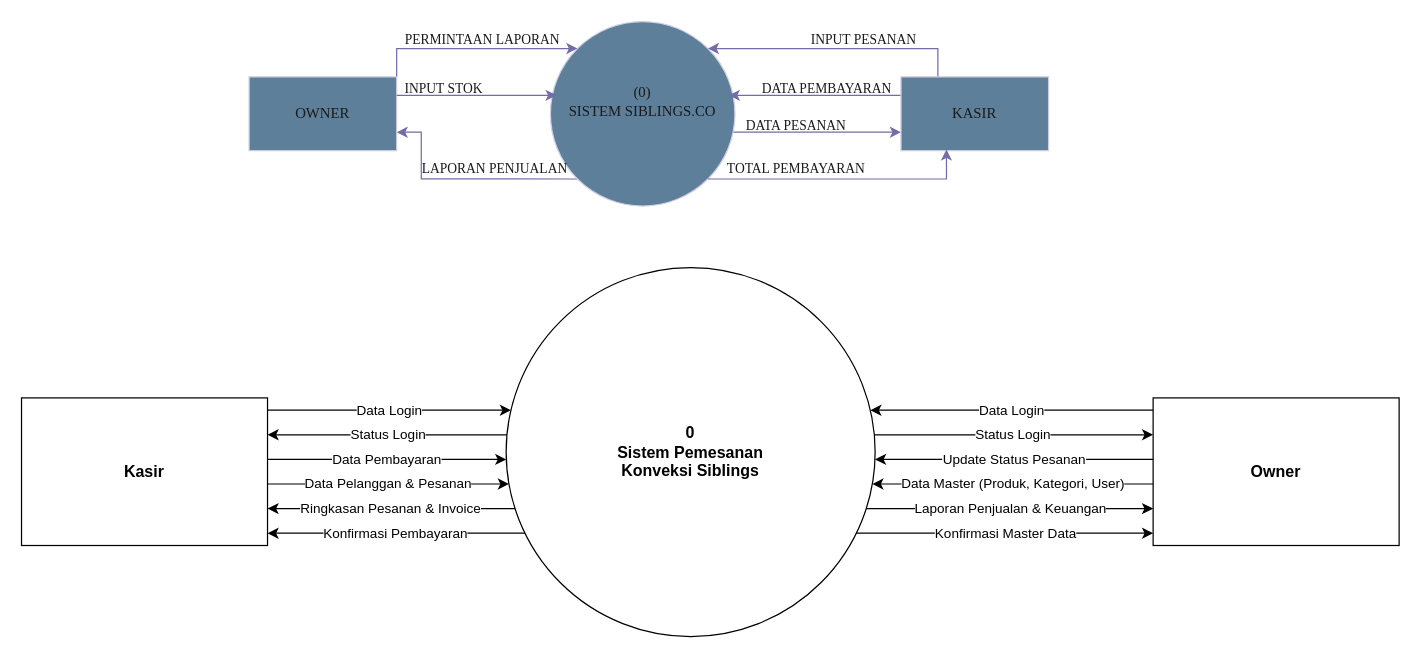
Before: page "DFD LVL 0" (6 of 9) of ALL UML.drawio in K35x/si_siblings_uml, a draw.io diagram. Source tidied: cells renumbered, new cells numbered last; positions are measured from the earlier drawing's top-left corner, leaving out a move shared by most shapes. Both pictures are drawn from the tidied source at 123%, with x=0, y=0 at pixel (21, 21).
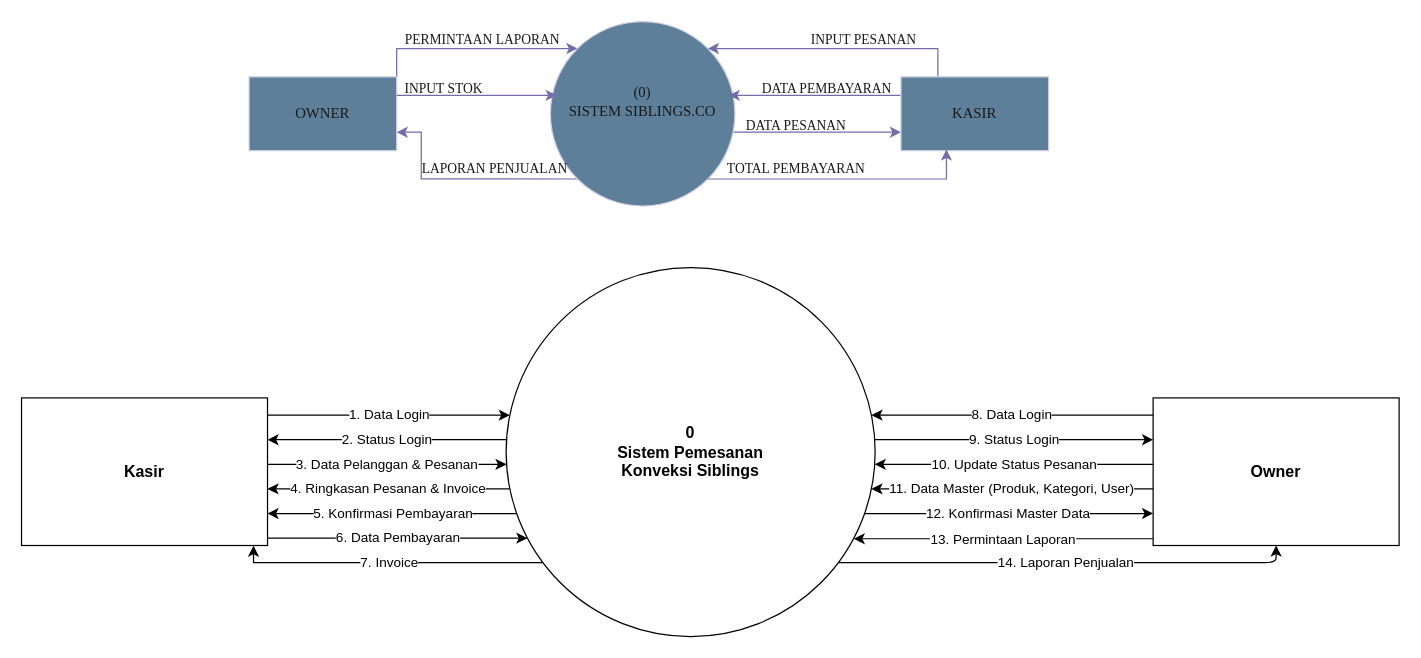
The same page after the edit.

The change refers to these unchanged cells:
```xml
<mxCell id="23" value="Kasir" style="rounded=0;whiteSpace=wrap;html=1;fontSize=13;fontStyle=1;" parent="1" vertex="1">
  <mxGeometry y="306" width="200" height="120" as="geometry" />
</mxCell>
<mxCell id="24" value="Owner" style="rounded=0;whiteSpace=wrap;html=1;fontSize=13;fontStyle=1;" parent="1" vertex="1">
  <mxGeometry x="920" y="306" width="200" height="120" as="geometry" />
</mxCell>
<mxCell id="25" value="0&#10;Sistem Pemesanan&#10;Konveksi Siblings" style="ellipse;whiteSpace=wrap;html=1;fontSize=13;fontStyle=1;" parent="1" vertex="1">
  <mxGeometry x="394" y="200" width="300" height="300" as="geometry" />
</mxCell>
```

What changed in the source:
```diff
@@
-    <mxCell id="22" value="Data Login" style="edgeStyle=orthogonalEdgeStyle;rounded=0;jettySize=auto;html=1;align=center;" parent="1" edge="1" source="23" target="25">
+    <mxCell id="22" value="1. Data Login" style="edgeStyle=orthogonalEdgeStyle;rounded=0;jettySize=auto;html=1;align=center;" parent="1" edge="1" source="23" target="25">
       <mxGeometry relative="1" as="geometry">
         <Array as="points">
-          <mxPoint x="300" y="316" />
-          <mxPoint x="300" y="316" />
+          <mxPoint x="300" y="320" />
+          <mxPoint x="300" y="320" />
         </Array>
       </mxGeometry>
     </mxCell>
@@
+    <mxCell id="37" value="13. Permintaan Laporan" style="edgeStyle=orthogonalEdgeStyle;rounded=0;jettySize=auto;html=1;entryX=0.942;entryY=0.735;entryDx=0;entryDy=0;entryPerimeter=0;" parent="1" edge="1" source="24" target="25">
+      <mxGeometry relative="1" as="geometry">
+        <Array as="points">
+          <mxPoint x="807" y="420" />
+        </Array>
+      </mxGeometry>
+    </mxCell>
@@
-    <mxCell id="26" value="Data Pelanggan &amp;amp; Pesanan" style="endArrow=classic;html=1;edgeStyle=orthogonalEdgeStyle;fontSize=11;align=center;" parent="1" edge="1" source="23" target="25">
+    <mxCell id="26" value="3. Data Pelanggan &amp;amp; Pesanan" style="endArrow=classic;html=1;edgeStyle=orthogonalEdgeStyle;fontSize=11;align=center;" parent="1" edge="1" source="23" target="25">
       <mxGeometry relative="1" as="geometry">
         <Array as="points">
-          <mxPoint x="300" y="376" />
-          <mxPoint x="300" y="376" />
+          <mxPoint x="305" y="360" />
+          <mxPoint x="305" y="360" />
         </Array>
       </mxGeometry>
     </mxCell>
-    <mxCell id="27" value="Data Pembayaran" style="endArrow=classic;html=1;edgeStyle=orthogonalEdgeStyle;fontSize=11;align=center;" parent="1" edge="1" source="23" target="25">
+    <mxCell id="27" value="6. Data Pembayaran" style="endArrow=classic;html=1;edgeStyle=orthogonalEdgeStyle;fontSize=11;align=center;" parent="1" edge="1" source="23" target="25">
       <mxGeometry relative="1" as="geometry">
         <Array as="points">
-          <mxPoint x="300" y="356" />
-          <mxPoint x="300" y="356" />
+          <mxPoint x="265" y="420" />
+          <mxPoint x="265" y="420" />
         </Array>
       </mxGeometry>
     </mxCell>
-    <mxCell id="28" value="Status Login" style="endArrow=classic;html=1;edgeStyle=orthogonalEdgeStyle;fontSize=11;align=center;" parent="1" edge="1" source="25" target="23">
+    <mxCell id="28" value="2. Status Login" style="endArrow=classic;html=1;edgeStyle=orthogonalEdgeStyle;fontSize=11;align=center;" parent="1" edge="1" source="25" target="23">
       <mxGeometry relative="1" as="geometry">
         <Array as="points">
-          <mxPoint x="300" y="336" />
-          <mxPoint x="300" y="336" />
+          <mxPoint x="295" y="340" />
+          <mxPoint x="295" y="340" />
         </Array>
       </mxGeometry>
     </mxCell>
-    <mxCell id="29" value="Ringkasan Pesanan &amp;amp; Invoice" style="endArrow=classic;html=1;edgeStyle=orthogonalEdgeStyle;fontSize=11;" parent="1" edge="1" source="25" target="23">
+    <mxCell id="29" value="4. Ringkasan Pesanan &amp;amp; Invoice" style="endArrow=classic;html=1;edgeStyle=orthogonalEdgeStyle;fontSize=11;" parent="1" edge="1" source="25" target="23">
       <mxGeometry relative="1" as="geometry">
         <Array as="points">
-          <mxPoint x="300" y="396" />
-          <mxPoint x="300" y="396" />
+          <mxPoint x="305" y="380" />
+          <mxPoint x="305" y="380" />
         </Array>
       </mxGeometry>
     </mxCell>
-    <mxCell id="30" value="Konfirmasi Pembayaran" style="endArrow=classic;html=1;edgeStyle=orthogonalEdgeStyle;fontSize=11;" parent="1" edge="1" source="25" target="23">
+    <mxCell id="30" value="5. Konfirmasi Pembayaran" style="endArrow=classic;html=1;edgeStyle=orthogonalEdgeStyle;fontSize=11;" parent="1" edge="1" source="25" target="23">
       <mxGeometry relative="1" as="geometry">
         <Array as="points">
-          <mxPoint x="300" y="416" />
-          <mxPoint x="300" y="416" />
+          <mxPoint x="305" y="400" />
+          <mxPoint x="305" y="400" />
         </Array>
       </mxGeometry>
     </mxCell>
-    <mxCell id="31" value="Data Login" style="endArrow=classic;html=1;edgeStyle=orthogonalEdgeStyle;fontSize=11;" parent="1" edge="1" source="24" target="25">
+    <mxCell id="31" value="8. Data Login" style="endArrow=classic;html=1;edgeStyle=orthogonalEdgeStyle;fontSize=11;" parent="1" edge="1" source="24" target="25">
       <mxGeometry relative="1" as="geometry">
         <Array as="points">
-          <mxPoint x="800" y="316" />
-          <mxPoint x="800" y="316" />
+          <mxPoint x="805" y="320" />
+          <mxPoint x="805" y="320" />
         </Array>
       </mxGeometry>
     </mxCell>
-    <mxCell id="32" value="Update Status Pesanan" style="endArrow=classic;html=1;edgeStyle=orthogonalEdgeStyle;fontSize=11;" parent="1" edge="1" source="24" target="25">
+    <mxCell id="32" value="10. Update Status Pesanan" style="endArrow=classic;html=1;edgeStyle=orthogonalEdgeStyle;fontSize=11;" parent="1" edge="1" source="24" target="25">
       <mxGeometry relative="1" as="geometry">
         <Array as="points">
-          <mxPoint x="810" y="356" />
-          <mxPoint x="810" y="356" />
+          <mxPoint x="805" y="360" />
+          <mxPoint x="805" y="360" />
         </Array>
       </mxGeometry>
     </mxCell>
-    <mxCell id="33" value="Data Master (Produk, Kategori, User)" style="endArrow=classic;html=1;edgeStyle=orthogonalEdgeStyle;fontSize=11;" parent="1" edge="1" source="24" target="25">
+    <mxCell id="33" value="11. Data Master (Produk, Kategori, User)" style="endArrow=classic;html=1;edgeStyle=orthogonalEdgeStyle;fontSize=11;" parent="1" edge="1" source="24" target="25">
       <mxGeometry relative="1" as="geometry">
         <Array as="points">
-          <mxPoint x="810" y="376" />
-          <mxPoint x="810" y="376" />
+          <mxPoint x="805" y="380" />
+          <mxPoint x="805" y="380" />
         </Array>
       </mxGeometry>
     </mxCell>
-    <mxCell id="34" value="Status Login" style="endArrow=classic;html=1;edgeStyle=orthogonalEdgeStyle;fontSize=11;" parent="1" edge="1" source="25" target="24">
+    <mxCell id="34" value="9. Status Login" style="endArrow=classic;html=1;edgeStyle=orthogonalEdgeStyle;fontSize=11;" parent="1" edge="1" source="25" target="24">
       <mxGeometry relative="1" as="geometry">
         <Array as="points">
-          <mxPoint x="800" y="336" />
-          <mxPoint x="800" y="336" />
+          <mxPoint x="805" y="340" />
+          <mxPoint x="805" y="340" />
         </Array>
       </mxGeometry>
     </mxCell>
-    <mxCell id="35" value="Laporan Penjualan &amp; Keuangan" style="endArrow=classic;html=1;edgeStyle=orthogonalEdgeStyle;fontSize=11;" parent="1" edge="1" source="25" target="24">
+    <mxCell id="35" value="14. Laporan Penjualan" style="endArrow=classic;html=1;edgeStyle=orthogonalEdgeStyle;fontSize=11;" parent="1" edge="1" source="25" target="24">
       <mxGeometry relative="1" as="geometry">
         <Array as="points">
-          <mxPoint x="800" y="396" />
-          <mxPoint x="800" y="396" />
+          <mxPoint x="1020" y="440" />
         </Array>
       </mxGeometry>
     </mxCell>
-    <mxCell id="36" value="Konfirmasi Master Data" style="endArrow=classic;html=1;edgeStyle=orthogonalEdgeStyle;fontSize=11;" parent="1" edge="1" source="25" target="24">
+    <mxCell id="36" value="12. Konfirmasi Master Data" style="endArrow=classic;html=1;edgeStyle=orthogonalEdgeStyle;fontSize=11;" parent="1" edge="1" source="25" target="24">
       <mxGeometry relative="1" as="geometry">
         <Array as="points">
-          <mxPoint x="800" y="416" />
-          <mxPoint x="800" y="416" />
+          <mxPoint x="805" y="400" />
+          <mxPoint x="805" y="400" />
         </Array>
       </mxGeometry>
     </mxCell>
+    <mxCell id="38" value="7. Invoice" style="edgeStyle=orthogonalEdgeStyle;rounded=0;jettySize=auto;html=1;entryX=0.943;entryY=1.001;entryDx=0;entryDy=0;entryPerimeter=0;" parent="1" edge="1" source="25" target="23">
+      <mxGeometry relative="1" as="geometry">
+        <Array as="points">
+          <mxPoint x="189" y="440" />
+        </Array>
+      </mxGeometry>
+    </mxCell>
```
